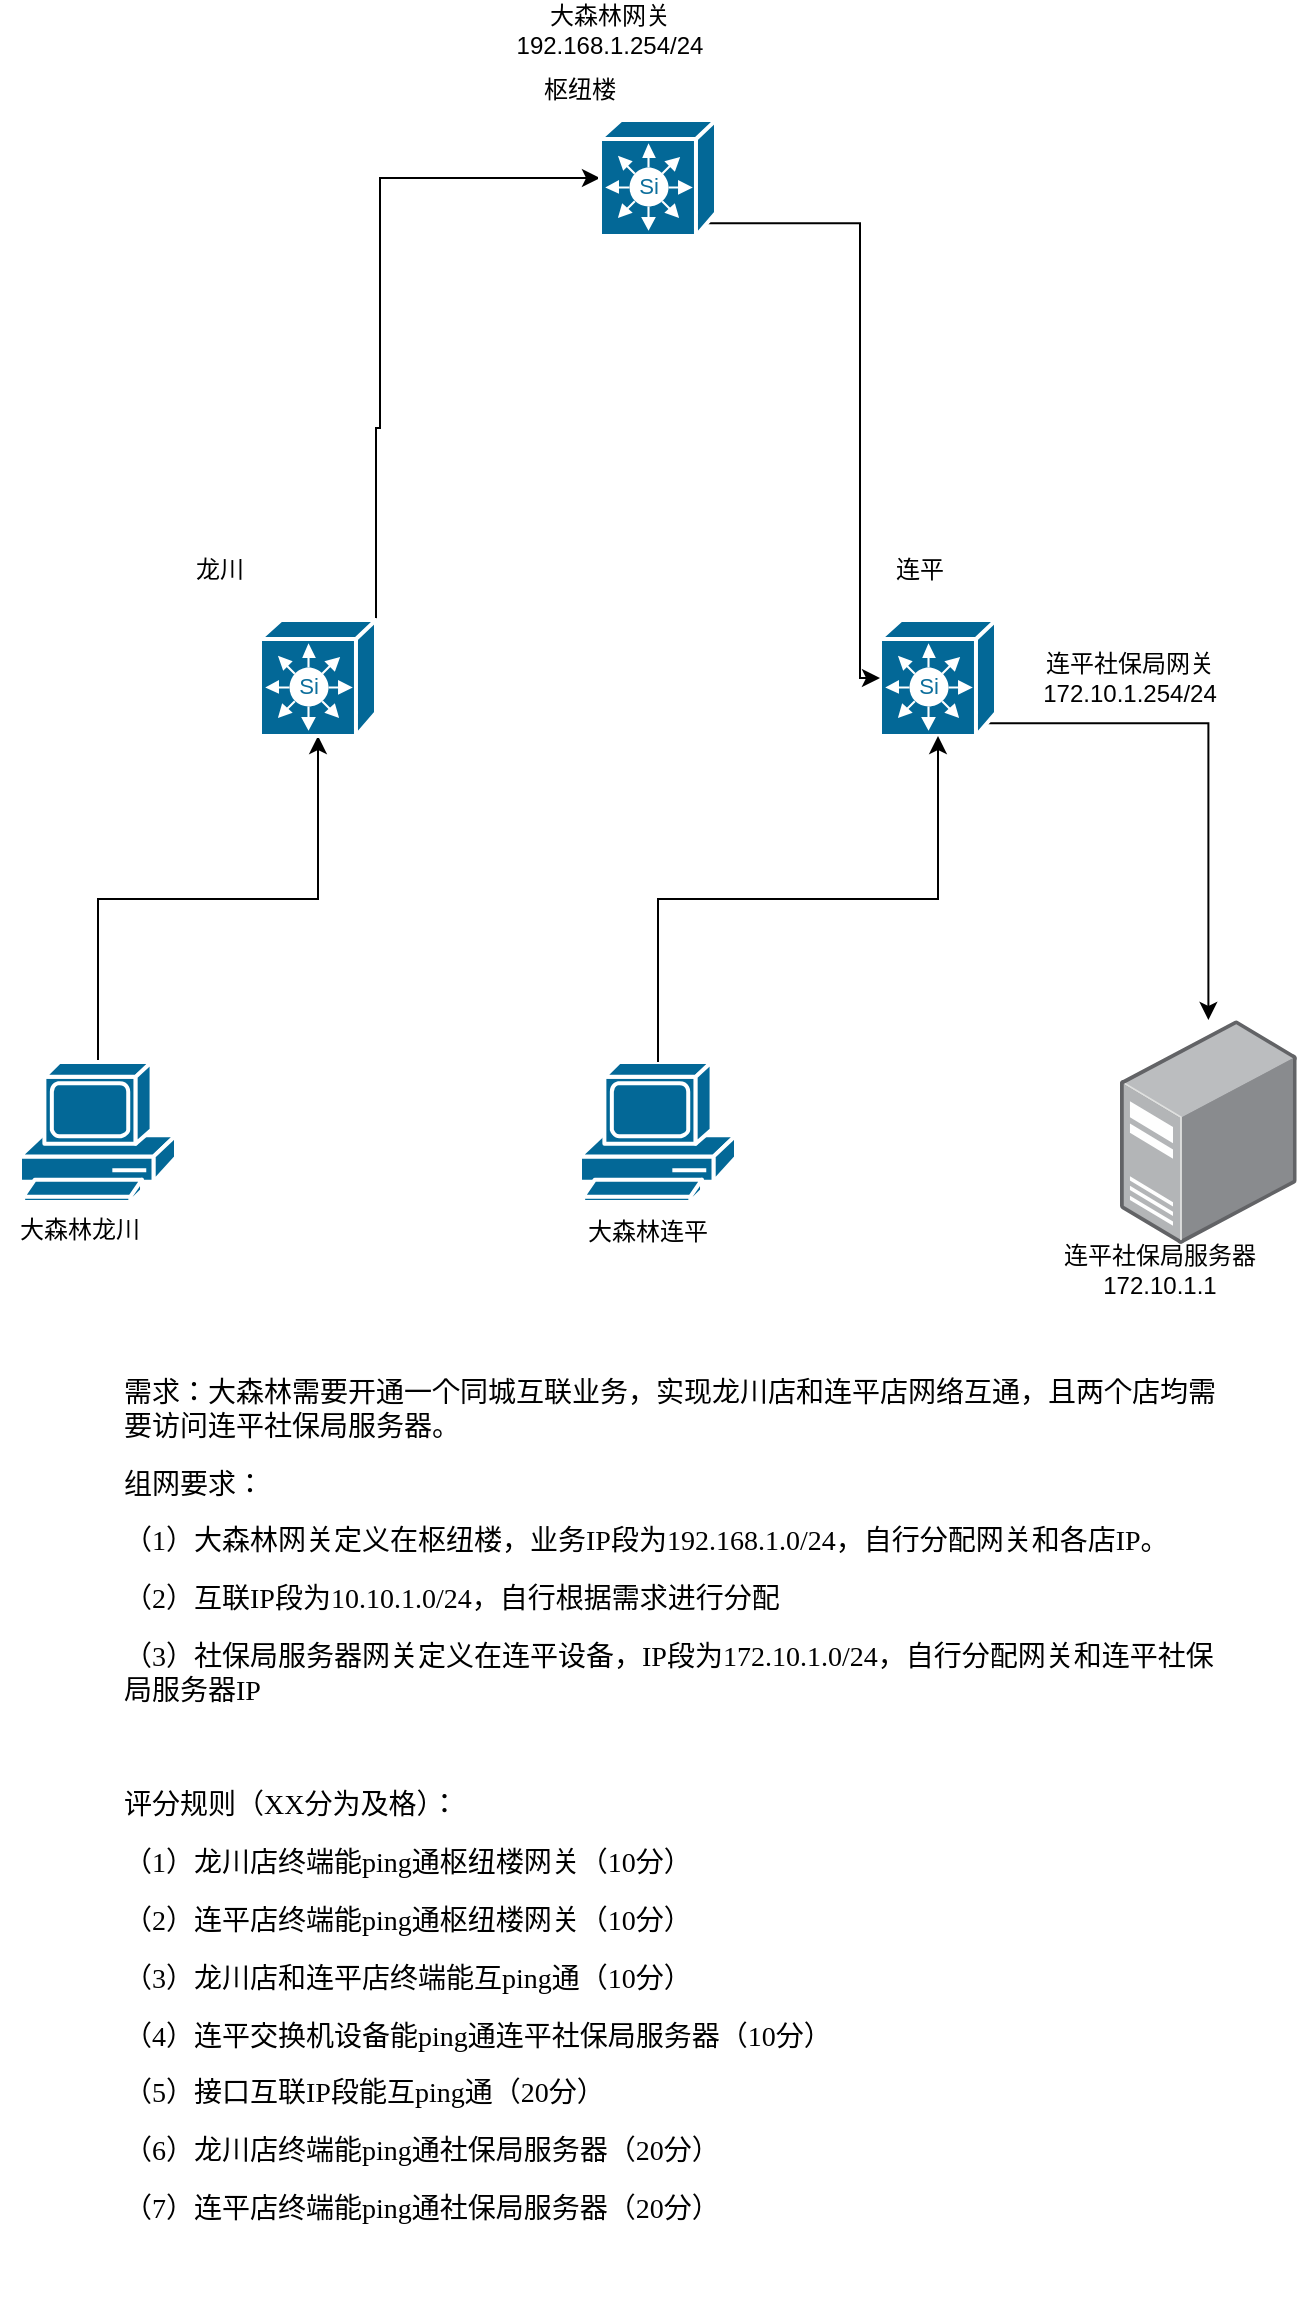
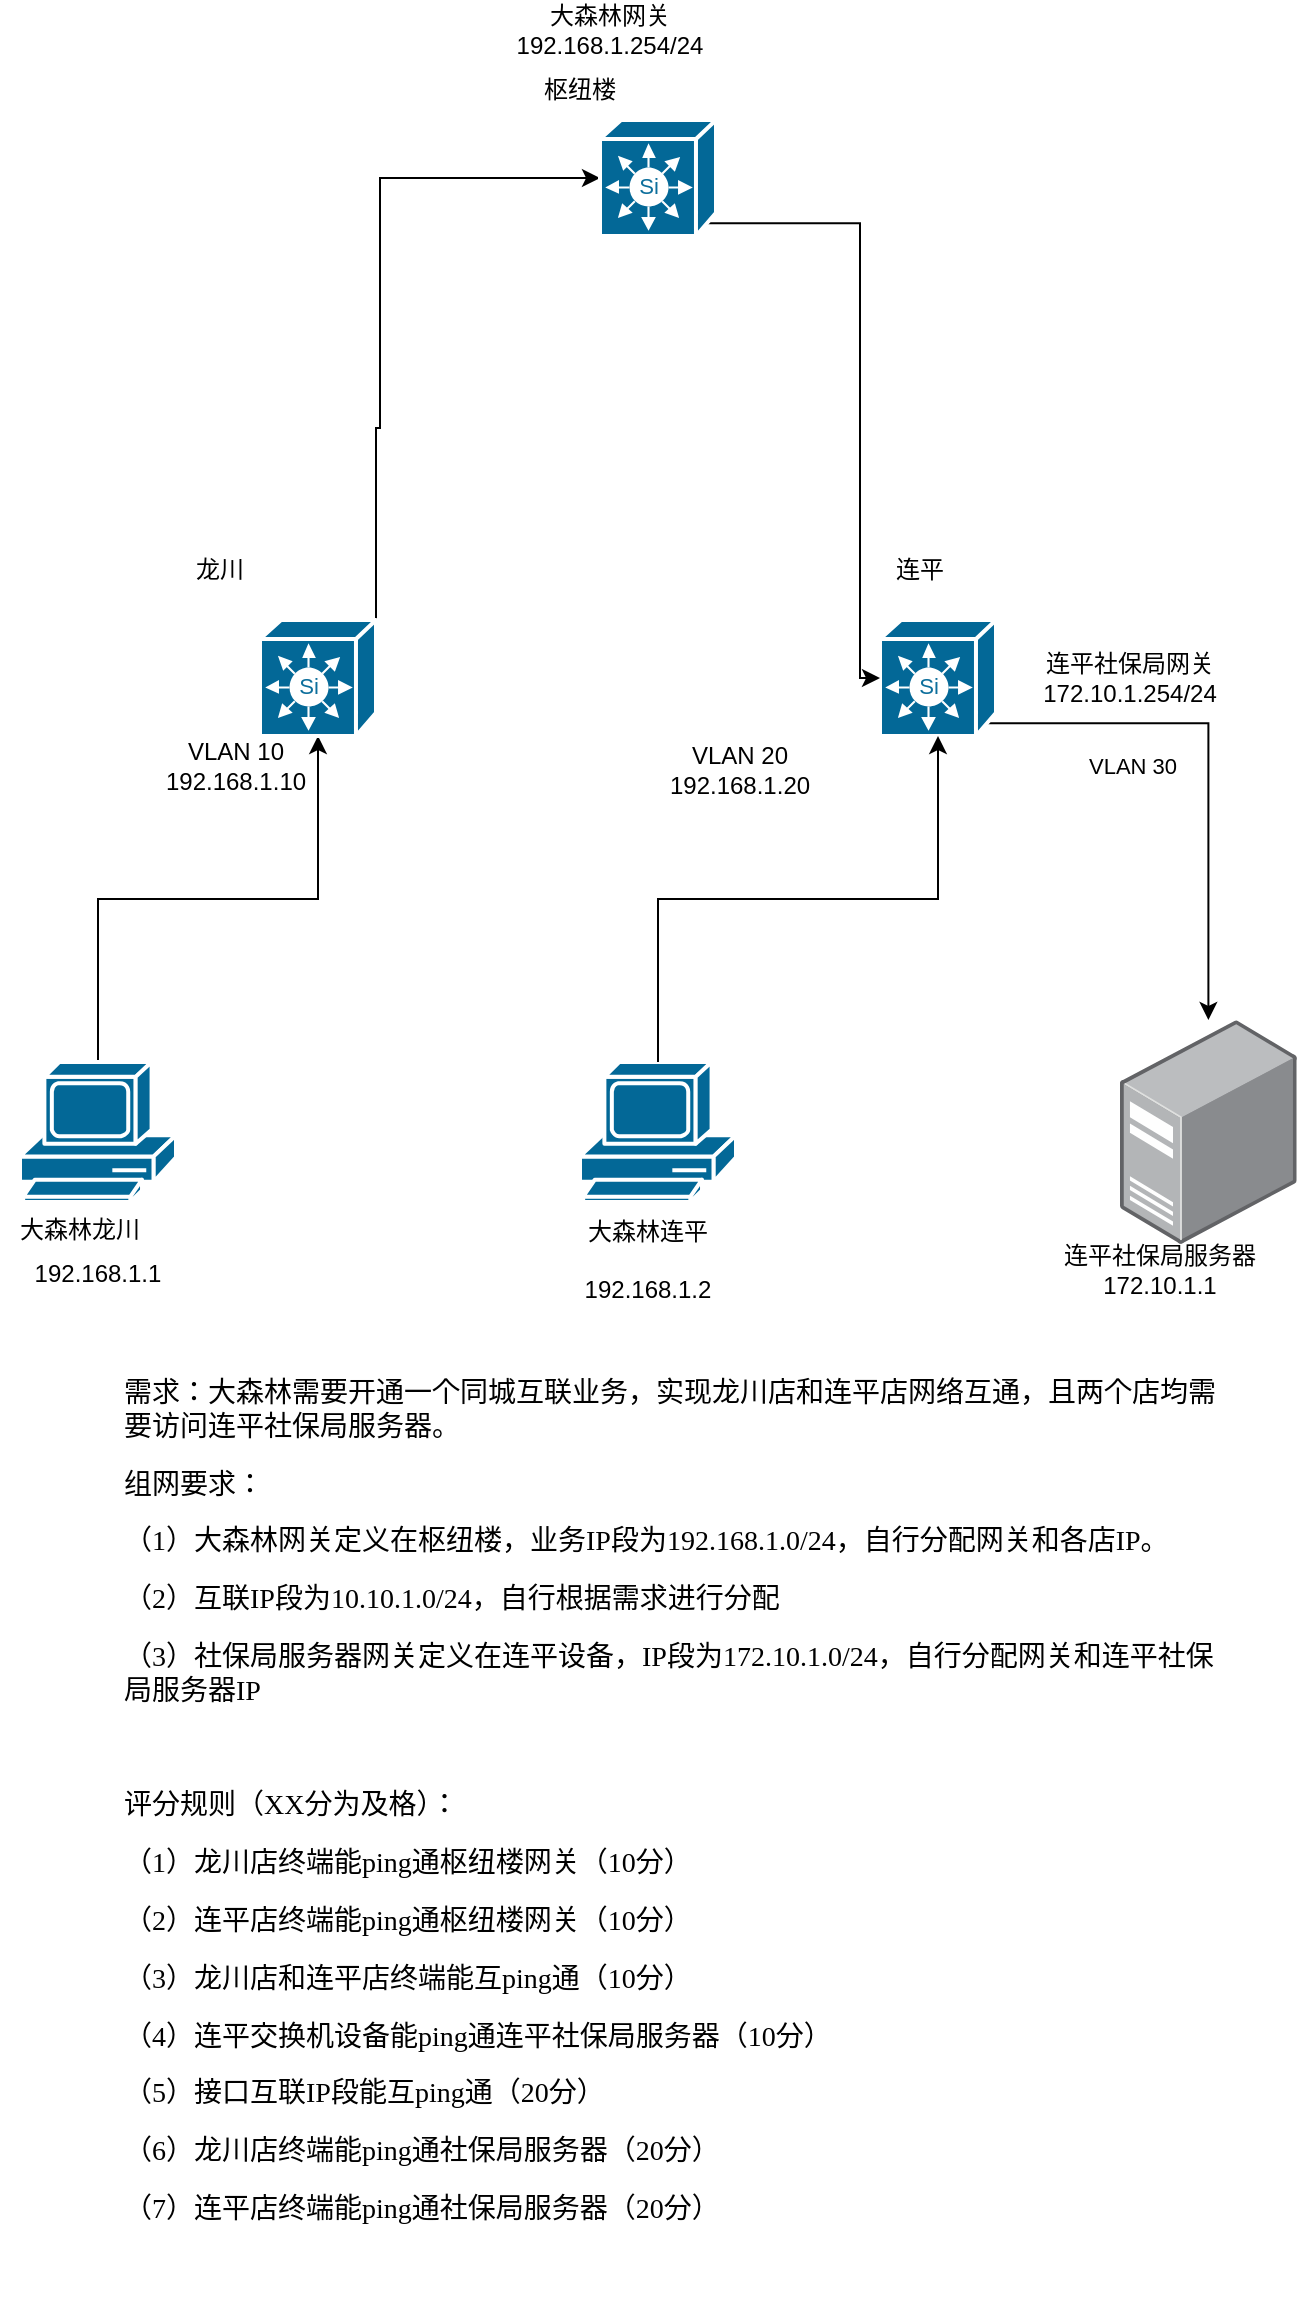
<mxfile host="app.diagrams.net" agent="Mozilla/5.0 (Windows NT 10.0; Win64; x64) AppleWebKit/537.36 (KHTML, like Gecko) Chrome/148.0.0.0 Safari/537.36 Edg/148.0.0.0" version="29.6.3">
  <diagram name="第 1 页" id="wlVZk_bkfFDo9jE-XTfM">
-     <mxGraphModel dx="920" dy="722" grid="1" gridSize="10" guides="1" tooltips="1" connect="1" arrows="1" fold="1" page="1" pageScale="1" pageWidth="827" pageHeight="1169" math="0" shadow="0">
+     <mxGraphModel dx="1117" dy="877" grid="1" gridSize="10" guides="1" tooltips="1" connect="1" arrows="1" fold="1" page="1" pageScale="1" pageWidth="827" pageHeight="1169" math="0" shadow="0">
      <root>
        <mxCell id="0" />
        <mxCell id="1" parent="0" />
        <mxCell id="rIy1AtN8FkbjUDBpNLNd-8" edge="1" parent="1" source="rIy1AtN8FkbjUDBpNLNd-1" style="edgeStyle=orthogonalEdgeStyle;rounded=0;orthogonalLoop=1;jettySize=auto;html=1;exitX=0.5;exitY=0;exitDx=0;exitDy=0;exitPerimeter=0;" target="rIy1AtN8FkbjUDBpNLNd-5">
          <mxGeometry relative="1" as="geometry" />
        </mxCell>
        <mxCell id="rIy1AtN8FkbjUDBpNLNd-1" parent="1" style="sketch=0;html=1;pointerEvents=1;dashed=0;fillColor=#036897;strokeColor=#ffffff;strokeWidth=2;verticalLabelPosition=bottom;verticalAlign=top;align=center;outlineConnect=0;shape=mxgraph.cisco.computers_and_peripherals.pc;" value="" vertex="1">
          <mxGeometry height="70" width="78" x="100" y="641" as="geometry" />
        </mxCell>
        <mxCell id="rIy1AtN8FkbjUDBpNLNd-2" parent="1" style="sketch=0;html=1;pointerEvents=1;dashed=0;fillColor=#036897;strokeColor=#ffffff;strokeWidth=2;verticalLabelPosition=bottom;verticalAlign=top;align=center;outlineConnect=0;shape=mxgraph.cisco.computers_and_peripherals.pc;" value="" vertex="1">
          <mxGeometry height="70" width="78" x="380" y="641" as="geometry" />
        </mxCell>
        <mxCell id="rIy1AtN8FkbjUDBpNLNd-3" parent="1" style="image;points=[];aspect=fixed;html=1;align=center;shadow=0;dashed=0;image=img/lib/allied_telesis/computer_and_terminals/Server_Desktop.svg;" value="" vertex="1">
          <mxGeometry height="112" width="88.36" x="650" y="620" as="geometry" />
        </mxCell>
        <mxCell id="rIy1AtN8FkbjUDBpNLNd-12" edge="1" parent="1" source="rIy1AtN8FkbjUDBpNLNd-5" style="edgeStyle=orthogonalEdgeStyle;rounded=0;orthogonalLoop=1;jettySize=auto;html=1;exitX=1;exitY=0;exitDx=0;exitDy=0;exitPerimeter=0;" target="rIy1AtN8FkbjUDBpNLNd-7">
          <mxGeometry relative="1" as="geometry">
            <Array as="points">
              <mxPoint x="278" y="324" />
              <mxPoint x="280" y="324" />
              <mxPoint x="280" y="199" />
            </Array>
          </mxGeometry>
        </mxCell>
        <mxCell id="rIy1AtN8FkbjUDBpNLNd-5" parent="1" style="strokeColor=#ffffff;sketch=0;html=1;pointerEvents=1;dashed=0;fillColor=#036897;strokeWidth=2;verticalLabelPosition=bottom;verticalAlign=top;align=center;outlineConnect=0;shape=mxgraph.cisco.switches.simultilayer_switch;" value="" vertex="1">
          <mxGeometry height="57.99999999999999" width="57.99999999999999" x="220" y="420" as="geometry" />
        </mxCell>
        <mxCell id="rIy1AtN8FkbjUDBpNLNd-10" edge="1" parent="1" source="rIy1AtN8FkbjUDBpNLNd-6" style="edgeStyle=orthogonalEdgeStyle;rounded=0;orthogonalLoop=1;jettySize=auto;html=1;exitX=0.92;exitY=0.89;exitDx=0;exitDy=0;exitPerimeter=0;" target="rIy1AtN8FkbjUDBpNLNd-3">
          <mxGeometry relative="1" as="geometry" />
+         </mxCell>
+         <mxCell id="vXeplIFSWKCc3kw2VImj-12" connectable="0" parent="rIy1AtN8FkbjUDBpNLNd-10" style="edgeLabel;html=1;align=center;verticalAlign=middle;resizable=0;points=[];" value="VLAN 30" vertex="1">
+           <mxGeometry relative="1" x="-0.7471" y="-13" as="geometry">
+             <mxPoint x="39" y="8" as="offset" />
+           </mxGeometry>
        </mxCell>
        <mxCell id="rIy1AtN8FkbjUDBpNLNd-6" parent="1" style="strokeColor=#ffffff;sketch=0;html=1;pointerEvents=1;dashed=0;fillColor=#036897;strokeWidth=2;verticalLabelPosition=bottom;verticalAlign=top;align=center;outlineConnect=0;shape=mxgraph.cisco.switches.simultilayer_switch;" value="" vertex="1">
          <mxGeometry height="57.99999999999999" width="57.99999999999999" x="530" y="420" as="geometry" />
        </mxCell>
        <mxCell id="rIy1AtN8FkbjUDBpNLNd-11" edge="1" parent="1" source="rIy1AtN8FkbjUDBpNLNd-7" style="edgeStyle=orthogonalEdgeStyle;rounded=0;orthogonalLoop=1;jettySize=auto;html=1;exitX=0.92;exitY=0.89;exitDx=0;exitDy=0;exitPerimeter=0;" target="rIy1AtN8FkbjUDBpNLNd-6">
          <mxGeometry relative="1" as="geometry">
            <Array as="points">
              <mxPoint x="520" y="222" />
              <mxPoint x="520" y="449" />
            </Array>
          </mxGeometry>
        </mxCell>
        <mxCell id="rIy1AtN8FkbjUDBpNLNd-7" parent="1" style="strokeColor=#ffffff;sketch=0;html=1;pointerEvents=1;dashed=0;fillColor=#036897;strokeWidth=2;verticalLabelPosition=bottom;verticalAlign=top;align=center;outlineConnect=0;shape=mxgraph.cisco.switches.simultilayer_switch;" value="" vertex="1">
          <mxGeometry height="57.99999999999999" width="57.99999999999999" x="390" y="170" as="geometry" />
        </mxCell>
        <mxCell id="rIy1AtN8FkbjUDBpNLNd-9" edge="1" parent="1" source="rIy1AtN8FkbjUDBpNLNd-2" style="edgeStyle=orthogonalEdgeStyle;rounded=0;orthogonalLoop=1;jettySize=auto;html=1;exitX=0.5;exitY=0;exitDx=0;exitDy=0;exitPerimeter=0;entryX=0.5;entryY=1;entryDx=0;entryDy=0;entryPerimeter=0;" target="rIy1AtN8FkbjUDBpNLNd-6">
          <mxGeometry relative="1" as="geometry" />
        </mxCell>
        <mxCell id="rIy1AtN8FkbjUDBpNLNd-13" parent="1" style="text;html=1;whiteSpace=wrap;strokeColor=none;fillColor=none;align=center;verticalAlign=middle;rounded=0;" value="大森林龙川" vertex="1">
          <mxGeometry height="30" width="80" x="90" y="710" as="geometry" />
        </mxCell>
        <mxCell id="rIy1AtN8FkbjUDBpNLNd-14" parent="1" style="text;html=1;whiteSpace=wrap;strokeColor=none;fillColor=none;align=center;verticalAlign=middle;rounded=0;" value="大森林连平" vertex="1">
          <mxGeometry height="30" width="80" x="374" y="711" as="geometry" />
        </mxCell>
        <mxCell id="rIy1AtN8FkbjUDBpNLNd-15" parent="1" style="text;html=1;whiteSpace=wrap;strokeColor=none;fillColor=none;align=center;verticalAlign=middle;rounded=0;" value="连平社保局服务器&lt;div&gt;172.10.1.1&lt;/div&gt;" vertex="1">
          <mxGeometry height="30" width="120" x="610" y="730" as="geometry" />
        </mxCell>
        <mxCell id="vXeplIFSWKCc3kw2VImj-1" parent="1" style="text;html=1;whiteSpace=wrap;strokeColor=none;fillColor=none;align=center;verticalAlign=middle;rounded=0;" value="连平" vertex="1">
          <mxGeometry height="30" width="60" x="520" y="380" as="geometry" />
        </mxCell>
        <mxCell id="vXeplIFSWKCc3kw2VImj-2" parent="1" style="text;html=1;whiteSpace=wrap;strokeColor=none;fillColor=none;align=center;verticalAlign=middle;rounded=0;" value="龙川" vertex="1">
          <mxGeometry height="30" width="60" x="170" y="380" as="geometry" />
        </mxCell>
        <mxCell id="vXeplIFSWKCc3kw2VImj-4" parent="1" style="text;html=1;whiteSpace=wrap;strokeColor=none;fillColor=none;align=center;verticalAlign=middle;rounded=0;" value="枢纽楼" vertex="1">
          <mxGeometry height="30" width="60" x="350" y="140" as="geometry" />
        </mxCell>
        <mxCell id="vXeplIFSWKCc3kw2VImj-5" parent="1" style="text;whiteSpace=wrap;html=1;" value="&lt;p class=&quot;MsoNormal&quot;&gt;&lt;span style=&quot;mso-spacerun:&#39;yes&#39;;font-family:宋体;mso-ascii-font-family:Calibri;&#xa;mso-hansi-font-family:Calibri;mso-bidi-font-family:&#39;Times New Roman&#39;;font-size:10.5000pt;&#xa;mso-font-kerning:1.0000pt;&quot;&gt;&lt;font face=&quot;宋体&quot;&gt;需求：大森林需要开通一个同城互联业务，实现龙川店和连平店网络互通，且两个店均需要访问连平社保局服务器。&lt;/font&gt;&lt;/span&gt;&lt;span style=&quot;mso-spacerun:&#39;yes&#39;;font-family:宋体;mso-ascii-font-family:Calibri;&#xa;mso-hansi-font-family:Calibri;mso-bidi-font-family:&#39;Times New Roman&#39;;font-size:10.5000pt;&#xa;mso-font-kerning:1.0000pt;&quot;&gt;&lt;/span&gt;&lt;/p&gt;&lt;p class=&quot;MsoNormal&quot;&gt;&lt;span style=&quot;mso-spacerun:&#39;yes&#39;;font-family:宋体;mso-ascii-font-family:Calibri;&#xa;mso-hansi-font-family:Calibri;mso-bidi-font-family:&#39;Times New Roman&#39;;font-size:10.5000pt;&#xa;mso-font-kerning:1.0000pt;&quot;&gt;&lt;font face=&quot;宋体&quot;&gt;组网要求：&lt;/font&gt;&lt;/span&gt;&lt;span style=&quot;mso-spacerun:&#39;yes&#39;;font-family:宋体;mso-ascii-font-family:Calibri;&#xa;mso-hansi-font-family:Calibri;mso-bidi-font-family:&#39;Times New Roman&#39;;font-size:10.5000pt;&#xa;mso-font-kerning:1.0000pt;&quot;&gt;&lt;/span&gt;&lt;/p&gt;&lt;p class=&quot;MsoNormal&quot; style=&quot;mso-list:l0 level1 lfo1;&quot;&gt;&lt;span style=&quot;font-family:宋体;mso-ascii-font-family:Calibri;mso-hansi-font-family:Calibri;&#xa;mso-bidi-font-family:&#39;Times New Roman&#39;;font-size:10.5000pt;mso-font-kerning:1.0000pt;&quot;&gt;&lt;span style=&quot;mso-list:Ignore;&quot;&gt;（1）&lt;/span&gt;&lt;/span&gt;&lt;span style=&quot;mso-spacerun:&#39;yes&#39;;font-family:宋体;mso-ascii-font-family:Calibri;&#xa;mso-hansi-font-family:Calibri;mso-bidi-font-family:&#39;Times New Roman&#39;;font-size:10.5000pt;&#xa;mso-font-kerning:1.0000pt;&quot;&gt;&lt;font face=&quot;宋体&quot;&gt;大森林网关定义在枢纽楼，业务&lt;/font&gt;&lt;font face=&quot;Calibri&quot;&gt;IP&lt;/font&gt;&lt;font face=&quot;宋体&quot;&gt;段为&lt;/font&gt;&lt;font face=&quot;Calibri&quot;&gt;192.168.1.0/24&lt;/font&gt;&lt;font face=&quot;宋体&quot;&gt;，自行分配网关和各店&lt;/font&gt;&lt;font face=&quot;Calibri&quot;&gt;IP&lt;/font&gt;&lt;font face=&quot;宋体&quot;&gt;。&lt;/font&gt;&lt;/span&gt;&lt;span style=&quot;mso-spacerun:&#39;yes&#39;;font-family:宋体;mso-ascii-font-family:Calibri;&#xa;mso-hansi-font-family:Calibri;mso-bidi-font-family:&#39;Times New Roman&#39;;font-size:10.5000pt;&#xa;mso-font-kerning:1.0000pt;&quot;&gt;&lt;/span&gt;&lt;/p&gt;&lt;p class=&quot;MsoNormal&quot; style=&quot;mso-list:l0 level1 lfo1;&quot;&gt;&lt;span style=&quot;font-family:宋体;mso-ascii-font-family:Calibri;mso-hansi-font-family:Calibri;&#xa;mso-bidi-font-family:&#39;Times New Roman&#39;;font-size:10.5000pt;mso-font-kerning:1.0000pt;&quot;&gt;&lt;span style=&quot;mso-list:Ignore;&quot;&gt;（2）&lt;/span&gt;&lt;/span&gt;&lt;span style=&quot;mso-spacerun:&#39;yes&#39;;font-family:宋体;mso-ascii-font-family:Calibri;&#xa;mso-hansi-font-family:Calibri;mso-bidi-font-family:&#39;Times New Roman&#39;;font-size:10.5000pt;&#xa;mso-font-kerning:1.0000pt;&quot;&gt;&lt;font face=&quot;宋体&quot;&gt;互联&lt;/font&gt;&lt;font face=&quot;Calibri&quot;&gt;IP&lt;/font&gt;&lt;font face=&quot;宋体&quot;&gt;段为&lt;/font&gt;&lt;font face=&quot;Calibri&quot;&gt;10.10.1.0/24&lt;/font&gt;&lt;font face=&quot;宋体&quot;&gt;，自行根据需求进行分配&lt;/font&gt;&lt;/span&gt;&lt;span style=&quot;mso-spacerun:&#39;yes&#39;;font-family:Calibri;mso-fareast-font-family:宋体;&#xa;mso-bidi-font-family:&#39;Times New Roman&#39;;font-size:10.5000pt;mso-font-kerning:1.0000pt;&quot;&gt;&lt;/span&gt;&lt;/p&gt;&lt;p class=&quot;MsoNormal&quot; style=&quot;mso-list:l0 level1 lfo1;&quot;&gt;&lt;span style=&quot;font-family:宋体;mso-ascii-font-family:Calibri;mso-hansi-font-family:Calibri;&#xa;mso-bidi-font-family:&#39;Times New Roman&#39;;font-size:10.5000pt;mso-font-kerning:1.0000pt;&quot;&gt;&lt;span style=&quot;mso-list:Ignore;&quot;&gt;（3）&lt;/span&gt;&lt;/span&gt;&lt;span style=&quot;mso-spacerun:&#39;yes&#39;;font-family:宋体;mso-ascii-font-family:Calibri;&#xa;mso-hansi-font-family:Calibri;mso-bidi-font-family:&#39;Times New Roman&#39;;font-size:10.5000pt;&#xa;mso-font-kerning:1.0000pt;&quot;&gt;&lt;font face=&quot;宋体&quot;&gt;社保局服务器网关定义在连平设备，&lt;/font&gt;&lt;font face=&quot;Calibri&quot;&gt;IP&lt;/font&gt;&lt;font face=&quot;宋体&quot;&gt;段为&lt;/font&gt;&lt;font face=&quot;Calibri&quot;&gt;172.10.1.0/24&lt;/font&gt;&lt;font face=&quot;宋体&quot;&gt;，自行分配网关和连平社保局服务器&lt;/font&gt;&lt;font face=&quot;Calibri&quot;&gt;IP&lt;/font&gt;&lt;/span&gt;&lt;span style=&quot;mso-spacerun:&#39;yes&#39;;font-family:Calibri;mso-fareast-font-family:宋体;&#xa;mso-bidi-font-family:&#39;Times New Roman&#39;;font-size:10.5000pt;mso-font-kerning:1.0000pt;&quot;&gt;&lt;/span&gt;&lt;/p&gt;&lt;p class=&quot;MsoNormal&quot; align=&quot;justify&quot; style=&quot;mso-pagination:none;text-align:justify;text-justify:inter-ideograph;&quot;&gt;&lt;span style=&quot;mso-spacerun:&#39;yes&#39;;font-family:宋体;mso-ascii-font-family:Calibri;&#xa;mso-hansi-font-family:Calibri;mso-bidi-font-family:&#39;Times New Roman&#39;;font-size:10.5000pt;&#xa;mso-font-kerning:1.0000pt;&quot;&gt;&amp;nbsp;&lt;/span&gt;&lt;/p&gt;&lt;p class=&quot;MsoNormal&quot; align=&quot;justify&quot; style=&quot;mso-pagination:none;text-align:justify;text-justify:inter-ideograph;&quot;&gt;&lt;span style=&quot;mso-spacerun:&#39;yes&#39;;font-family:宋体;mso-ascii-font-family:Calibri;&#xa;mso-hansi-font-family:Calibri;mso-bidi-font-family:&#39;Times New Roman&#39;;font-size:10.5000pt;&#xa;mso-font-kerning:1.0000pt;&quot;&gt;&lt;font face=&quot;宋体&quot;&gt;评分规则（&lt;/font&gt;&lt;font face=&quot;Calibri&quot;&gt;XX&lt;/font&gt;&lt;font face=&quot;宋体&quot;&gt;分为及格）：&lt;/font&gt;&lt;/span&gt;&lt;span style=&quot;mso-spacerun:&#39;yes&#39;;font-family:宋体;mso-ascii-font-family:Calibri;&#xa;mso-hansi-font-family:Calibri;mso-bidi-font-family:&#39;Times New Roman&#39;;font-size:10.5000pt;&#xa;mso-font-kerning:1.0000pt;&quot;&gt;&lt;/span&gt;&lt;/p&gt;&lt;p class=&quot;MsoNormal&quot; align=&quot;justify&quot; style=&quot;mso-pagination:none;text-align:justify;text-justify:inter-ideograph;&#xa;mso-list:l1 level1 lfo2;&quot;&gt;&lt;span style=&quot;font-family:宋体;mso-ascii-font-family:Calibri;mso-hansi-font-family:Calibri;&#xa;mso-bidi-font-family:&#39;Times New Roman&#39;;font-size:10.5000pt;mso-font-kerning:1.0000pt;&quot;&gt;&lt;span style=&quot;mso-list:Ignore;&quot;&gt;（1）&lt;/span&gt;&lt;/span&gt;&lt;span style=&quot;mso-spacerun:&#39;yes&#39;;font-family:宋体;mso-ascii-font-family:Calibri;&#xa;mso-hansi-font-family:Calibri;mso-bidi-font-family:&#39;Times New Roman&#39;;font-size:10.5000pt;&#xa;mso-font-kerning:1.0000pt;&quot;&gt;&lt;font face=&quot;宋体&quot;&gt;龙川店终端能&lt;/font&gt;&lt;font face=&quot;Calibri&quot;&gt;ping&lt;/font&gt;&lt;font face=&quot;宋体&quot;&gt;通枢纽楼网关（&lt;/font&gt;&lt;font face=&quot;Calibri&quot;&gt;10&lt;/font&gt;&lt;font face=&quot;宋体&quot;&gt;分）&lt;/font&gt;&lt;/span&gt;&lt;span style=&quot;mso-spacerun:&#39;yes&#39;;font-family:宋体;mso-ascii-font-family:Calibri;&#xa;mso-hansi-font-family:Calibri;mso-bidi-font-family:&#39;Times New Roman&#39;;font-size:10.5000pt;&#xa;mso-font-kerning:1.0000pt;&quot;&gt;&lt;/span&gt;&lt;/p&gt;&lt;p class=&quot;MsoNormal&quot; align=&quot;justify&quot; style=&quot;mso-pagination:none;text-align:justify;text-justify:inter-ideograph;&#xa;mso-list:l1 level1 lfo2;&quot;&gt;&lt;span style=&quot;font-family:宋体;mso-ascii-font-family:Calibri;mso-hansi-font-family:Calibri;&#xa;mso-bidi-font-family:&#39;Times New Roman&#39;;font-size:10.5000pt;mso-font-kerning:1.0000pt;&quot;&gt;&lt;span style=&quot;mso-list:Ignore;&quot;&gt;（2）&lt;/span&gt;&lt;/span&gt;&lt;span style=&quot;mso-spacerun:&#39;yes&#39;;font-family:宋体;mso-ascii-font-family:Calibri;&#xa;mso-hansi-font-family:Calibri;mso-bidi-font-family:&#39;Times New Roman&#39;;font-size:10.5000pt;&#xa;mso-font-kerning:1.0000pt;&quot;&gt;&lt;font face=&quot;宋体&quot;&gt;连平店终端能&lt;/font&gt;&lt;font face=&quot;Calibri&quot;&gt;ping&lt;/font&gt;&lt;font face=&quot;宋体&quot;&gt;通枢纽楼网关（&lt;/font&gt;&lt;font face=&quot;Calibri&quot;&gt;10&lt;/font&gt;&lt;font face=&quot;宋体&quot;&gt;分）&lt;/font&gt;&lt;/span&gt;&lt;span style=&quot;mso-spacerun:&#39;yes&#39;;font-family:宋体;mso-ascii-font-family:Calibri;&#xa;mso-hansi-font-family:Calibri;mso-bidi-font-family:&#39;Times New Roman&#39;;font-size:10.5000pt;&#xa;mso-font-kerning:1.0000pt;&quot;&gt;&lt;/span&gt;&lt;/p&gt;&lt;p class=&quot;MsoNormal&quot; align=&quot;justify&quot; style=&quot;mso-pagination:none;text-align:justify;text-justify:inter-ideograph;&#xa;mso-list:l1 level1 lfo2;&quot;&gt;&lt;span style=&quot;font-family:宋体;mso-ascii-font-family:Calibri;mso-hansi-font-family:Calibri;&#xa;mso-bidi-font-family:&#39;Times New Roman&#39;;font-size:10.5000pt;mso-font-kerning:1.0000pt;&quot;&gt;&lt;span style=&quot;mso-list:Ignore;&quot;&gt;（3）&lt;/span&gt;&lt;/span&gt;&lt;span style=&quot;mso-spacerun:&#39;yes&#39;;font-family:宋体;mso-ascii-font-family:Calibri;&#xa;mso-hansi-font-family:Calibri;mso-bidi-font-family:&#39;Times New Roman&#39;;font-size:10.5000pt;&#xa;mso-font-kerning:1.0000pt;&quot;&gt;&lt;font face=&quot;宋体&quot;&gt;龙川店和连平店终端能互&lt;/font&gt;&lt;font face=&quot;Calibri&quot;&gt;ping&lt;/font&gt;&lt;font face=&quot;宋体&quot;&gt;通（&lt;/font&gt;&lt;font face=&quot;Calibri&quot;&gt;10&lt;/font&gt;&lt;font face=&quot;宋体&quot;&gt;分）&lt;/font&gt;&lt;/span&gt;&lt;span style=&quot;mso-spacerun:&#39;yes&#39;;font-family:宋体;mso-ascii-font-family:Calibri;&#xa;mso-hansi-font-family:Calibri;mso-bidi-font-family:&#39;Times New Roman&#39;;font-size:10.5000pt;&#xa;mso-font-kerning:1.0000pt;&quot;&gt;&lt;/span&gt;&lt;/p&gt;&lt;p class=&quot;MsoNormal&quot; align=&quot;justify&quot; style=&quot;mso-pagination:none;text-align:justify;text-justify:inter-ideograph;&#xa;mso-list:l1 level1 lfo2;&quot;&gt;&lt;span style=&quot;font-family:宋体;mso-ascii-font-family:Calibri;mso-hansi-font-family:Calibri;&#xa;mso-bidi-font-family:&#39;Times New Roman&#39;;font-size:10.5000pt;mso-font-kerning:1.0000pt;&quot;&gt;&lt;span style=&quot;mso-list:Ignore;&quot;&gt;（4）&lt;/span&gt;&lt;/span&gt;&lt;span style=&quot;mso-spacerun:&#39;yes&#39;;font-family:宋体;mso-ascii-font-family:Calibri;&#xa;mso-hansi-font-family:Calibri;mso-bidi-font-family:&#39;Times New Roman&#39;;font-size:10.5000pt;&#xa;mso-font-kerning:1.0000pt;&quot;&gt;&lt;font face=&quot;宋体&quot;&gt;连平交换机设备能&lt;/font&gt;&lt;font face=&quot;Calibri&quot;&gt;ping&lt;/font&gt;&lt;font face=&quot;宋体&quot;&gt;通连平社保局服务器（&lt;/font&gt;&lt;font face=&quot;Calibri&quot;&gt;10&lt;/font&gt;&lt;font face=&quot;宋体&quot;&gt;分）&lt;/font&gt;&lt;/span&gt;&lt;span style=&quot;mso-spacerun:&#39;yes&#39;;font-family:宋体;mso-ascii-font-family:Calibri;&#xa;mso-hansi-font-family:Calibri;mso-bidi-font-family:&#39;Times New Roman&#39;;font-size:10.5000pt;&#xa;mso-font-kerning:1.0000pt;&quot;&gt;&lt;/span&gt;&lt;/p&gt;&lt;p class=&quot;MsoNormal&quot; align=&quot;justify&quot; style=&quot;mso-pagination:none;text-align:justify;text-justify:inter-ideograph;&#xa;mso-list:l1 level1 lfo2;&quot;&gt;&lt;span style=&quot;font-family:宋体;mso-ascii-font-family:Calibri;mso-hansi-font-family:Calibri;&#xa;mso-bidi-font-family:&#39;Times New Roman&#39;;font-size:10.5000pt;mso-font-kerning:1.0000pt;&quot;&gt;&lt;span style=&quot;mso-list:Ignore;&quot;&gt;（5）&lt;/span&gt;&lt;/span&gt;&lt;span style=&quot;mso-spacerun:&#39;yes&#39;;font-family:宋体;mso-ascii-font-family:Calibri;&#xa;mso-hansi-font-family:Calibri;mso-bidi-font-family:&#39;Times New Roman&#39;;font-size:10.5000pt;&#xa;mso-font-kerning:1.0000pt;&quot;&gt;&lt;font face=&quot;宋体&quot;&gt;接口互联&lt;/font&gt;&lt;font face=&quot;Calibri&quot;&gt;IP&lt;/font&gt;&lt;font face=&quot;宋体&quot;&gt;段能互&lt;/font&gt;&lt;font face=&quot;Calibri&quot;&gt;ping&lt;/font&gt;&lt;font face=&quot;宋体&quot;&gt;通（&lt;/font&gt;&lt;font face=&quot;Calibri&quot;&gt;20&lt;/font&gt;&lt;font face=&quot;宋体&quot;&gt;分）&lt;/font&gt;&lt;/span&gt;&lt;span style=&quot;mso-spacerun:&#39;yes&#39;;font-family:宋体;mso-ascii-font-family:Calibri;&#xa;mso-hansi-font-family:Calibri;mso-bidi-font-family:&#39;Times New Roman&#39;;font-size:10.5000pt;&#xa;mso-font-kerning:1.0000pt;&quot;&gt;&lt;/span&gt;&lt;/p&gt;&lt;p class=&quot;MsoNormal&quot; align=&quot;justify&quot; style=&quot;mso-pagination:none;text-align:justify;text-justify:inter-ideograph;&#xa;mso-list:l1 level1 lfo2;&quot;&gt;&lt;span style=&quot;font-family:宋体;mso-ascii-font-family:Calibri;mso-hansi-font-family:Calibri;&#xa;mso-bidi-font-family:&#39;Times New Roman&#39;;font-size:10.5000pt;mso-font-kerning:1.0000pt;&quot;&gt;&lt;span style=&quot;mso-list:Ignore;&quot;&gt;（6）&lt;/span&gt;&lt;/span&gt;&lt;span style=&quot;mso-spacerun:&#39;yes&#39;;font-family:宋体;mso-ascii-font-family:Calibri;&#xa;mso-hansi-font-family:Calibri;mso-bidi-font-family:&#39;Times New Roman&#39;;font-size:10.5000pt;&#xa;mso-font-kerning:1.0000pt;&quot;&gt;&lt;font face=&quot;宋体&quot;&gt;龙川店终端能&lt;/font&gt;&lt;font face=&quot;Calibri&quot;&gt;ping&lt;/font&gt;&lt;font face=&quot;宋体&quot;&gt;通社保局服务器（&lt;/font&gt;&lt;font face=&quot;Calibri&quot;&gt;20&lt;/font&gt;&lt;font face=&quot;宋体&quot;&gt;分）&lt;/font&gt;&lt;/span&gt;&lt;span style=&quot;mso-spacerun:&#39;yes&#39;;font-family:宋体;mso-ascii-font-family:Calibri;&#xa;mso-hansi-font-family:Calibri;mso-bidi-font-family:&#39;Times New Roman&#39;;font-size:10.5000pt;&#xa;mso-font-kerning:1.0000pt;&quot;&gt;&lt;/span&gt;&lt;/p&gt;&lt;p class=&quot;MsoNormal&quot; align=&quot;justify&quot; style=&quot;mso-pagination:none;text-align:justify;text-justify:inter-ideograph;&#xa;mso-list:l1 level1 lfo2;&quot;&gt;&lt;span style=&quot;font-family:宋体;mso-ascii-font-family:Calibri;mso-hansi-font-family:Calibri;&#xa;mso-bidi-font-family:&#39;Times New Roman&#39;;font-size:10.5000pt;mso-font-kerning:1.0000pt;&quot;&gt;&lt;span style=&quot;mso-list:Ignore;&quot;&gt;（7）&lt;/span&gt;&lt;/span&gt;&lt;span style=&quot;mso-spacerun:&#39;yes&#39;;font-family:宋体;mso-ascii-font-family:Calibri;&#xa;mso-hansi-font-family:Calibri;mso-bidi-font-family:&#39;Times New Roman&#39;;font-size:10.5000pt;&#xa;mso-font-kerning:1.0000pt;&quot;&gt;&lt;font face=&quot;宋体&quot;&gt;连平店终端能&lt;/font&gt;&lt;font face=&quot;Calibri&quot;&gt;ping&lt;/font&gt;&lt;font face=&quot;宋体&quot;&gt;通社保局服务器（&lt;/font&gt;&lt;font face=&quot;Calibri&quot;&gt;20&lt;/font&gt;&lt;font face=&quot;宋体&quot;&gt;分）&lt;/font&gt;&lt;/span&gt;&lt;span style=&quot;mso-spacerun:&#39;yes&#39;;font-family:宋体;mso-ascii-font-family:Calibri;&#xa;mso-hansi-font-family:Calibri;mso-bidi-font-family:&#39;Times New Roman&#39;;font-size:10.5000pt;&#xa;mso-font-kerning:1.0000pt;&quot;&gt;&lt;/span&gt;&lt;/p&gt;" vertex="1">
          <mxGeometry height="480" width="560" x="150" y="780" as="geometry" />
        </mxCell>
        <mxCell id="vXeplIFSWKCc3kw2VImj-6" parent="1" style="text;html=1;whiteSpace=wrap;strokeColor=none;fillColor=none;align=center;verticalAlign=middle;rounded=0;" value="大森林网关&lt;div&gt;192.168.1.254/24&lt;/div&gt;" vertex="1">
          <mxGeometry height="30" width="150" x="320" y="110" as="geometry" />
        </mxCell>
        <mxCell id="vXeplIFSWKCc3kw2VImj-7" parent="1" style="text;html=1;whiteSpace=wrap;strokeColor=none;fillColor=none;align=center;verticalAlign=middle;rounded=0;" value="连平社保局网关&lt;div&gt;172.10.1.254/24&lt;/div&gt;" vertex="1">
          <mxGeometry height="30" width="110" x="600" y="434" as="geometry" />
        </mxCell>
+         <mxCell id="vXeplIFSWKCc3kw2VImj-8" parent="1" style="text;html=1;whiteSpace=wrap;strokeColor=none;fillColor=none;align=center;verticalAlign=middle;rounded=0;" value="192.168.1.1" vertex="1">
+           <mxGeometry height="30" width="60" x="109" y="732" as="geometry" />
+         </mxCell>
+         <mxCell id="vXeplIFSWKCc3kw2VImj-9" parent="1" style="text;html=1;whiteSpace=wrap;strokeColor=none;fillColor=none;align=center;verticalAlign=middle;rounded=0;" value="192.168.1.2" vertex="1">
+           <mxGeometry height="30" width="60" x="384" y="740" as="geometry" />
+         </mxCell>
+         <mxCell id="vXeplIFSWKCc3kw2VImj-10" parent="1" style="text;html=1;whiteSpace=wrap;strokeColor=none;fillColor=none;align=center;verticalAlign=middle;rounded=0;" value="VLAN 10&lt;div&gt;192.168.1.10&lt;/div&gt;" vertex="1">
+           <mxGeometry height="30" width="60" x="178" y="478" as="geometry" />
+         </mxCell>
+         <mxCell id="vXeplIFSWKCc3kw2VImj-11" parent="1" style="text;html=1;whiteSpace=wrap;strokeColor=none;fillColor=none;align=center;verticalAlign=middle;rounded=0;" value="VLAN 20&lt;div&gt;192.168.1.20&lt;/div&gt;" vertex="1">
+           <mxGeometry height="30" width="60" x="430" y="480" as="geometry" />
+         </mxCell>
      </root>
    </mxGraphModel>
  </diagram>
</mxfile>
